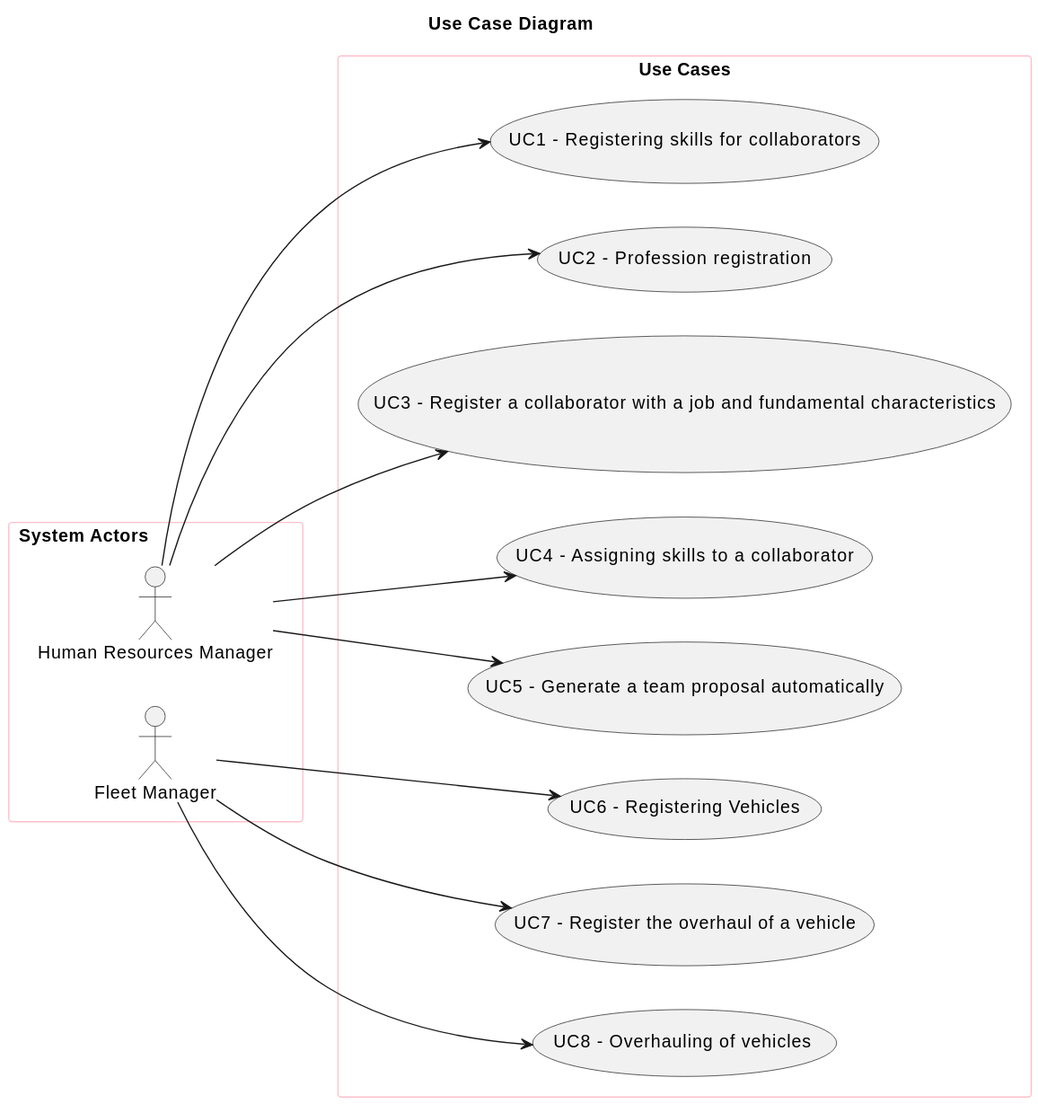
The PlantUML diagram docs/sprintA/global-artifacts/01.requirements-engineering/svg/use-case-diagram-Use_Case_Diagram.svg in SAEmanuel/Green_Spaces_Management_ISEP, before a commit. Source of this version:
```plantuml
@startuml
skinparam packageStyle rectangle

skinparam rectangle{
    BorderColor pink
}

title Use Case Diagram

left to right direction

rectangle "System Actors                       " as actors {
    actor "Fleet Manager" as FM
    actor "Human Resources Manager" as HRM
}



rectangle "Use Cases" as usecases{
    usecase "UC3 - Register a collaborator with a job and fundamental characteristics" as UC3
    usecase "UC2 - Profession registration" as UC2
    usecase "UC1 - Registering skills for collaborators" as UC1
    usecase "UC5 - Generate a team proposal automatically" as UC5
    usecase "UC4 - Assigning skills to a collaborator" as UC4
    usecase "UC8 - Overhauling of vehicles " as UC8
    usecase "UC7 - Register the overhaul of a vehicle" as UC7
    usecase "UC6 - Registering Vehicles" as UC6
    HRM --> UC1
    HRM --> UC2
    HRM --> UC3
    HRM --> UC4
    HRM --> UC5
    FM --> UC6
    FM --> UC7
    FM --> UC8
}
@enduml
```
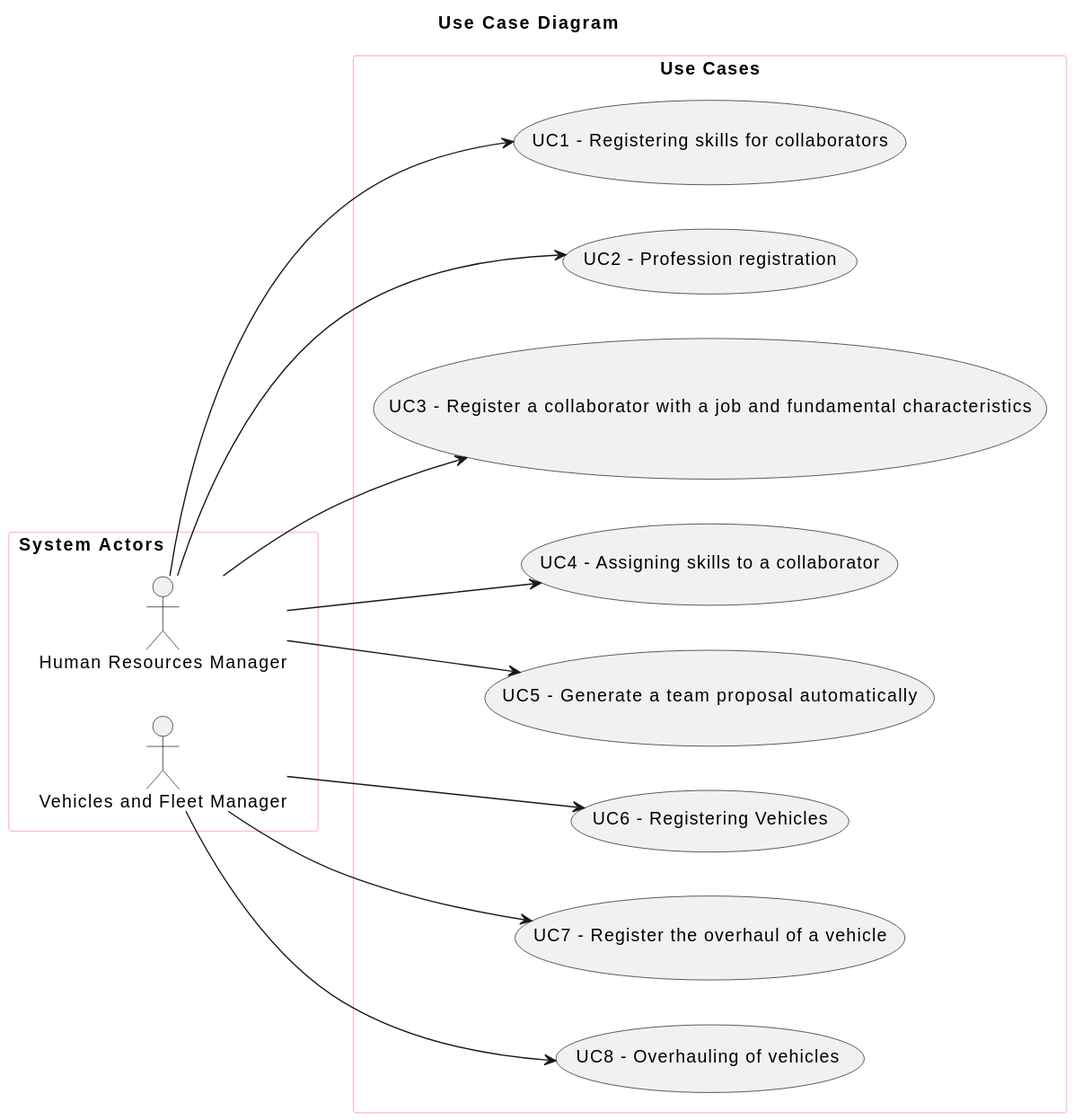
After the commit.

Change to the diagram source:
```diff
@@ -10,21 +10,22 @@
 left to right direction
 
 rectangle "System Actors                       " as actors {
-    actor "Fleet Manager" as FM
     actor "Human Resources Manager" as HRM
+    actor "Vehicles and Fleet Manager" as FM
+
 }
 
 
 
 rectangle "Use Cases" as usecases{
+    usecase "UC1 - Registering skills for collaborators" as UC1
+    usecase "UC2 - Profession registration" as UC2
     usecase "UC3 - Register a collaborator with a job and fundamental characteristics" as UC3
-    usecase "UC2 - Profession registration" as UC2
-    usecase "UC1 - Registering skills for collaborators" as UC1
+    usecase "UC4 - Assigning skills to a collaborator" as UC4
     usecase "UC5 - Generate a team proposal automatically" as UC5
-    usecase "UC4 - Assigning skills to a collaborator" as UC4
+    usecase "UC6 - Registering Vehicles" as UC6
+    usecase "UC7 - Register the overhaul of a vehicle" as UC7
     usecase "UC8 - Overhauling of vehicles " as UC8
-    usecase "UC7 - Register the overhaul of a vehicle" as UC7
-    usecase "UC6 - Registering Vehicles" as UC6
     HRM --> UC1
     HRM --> UC2
     HRM --> UC3
```
